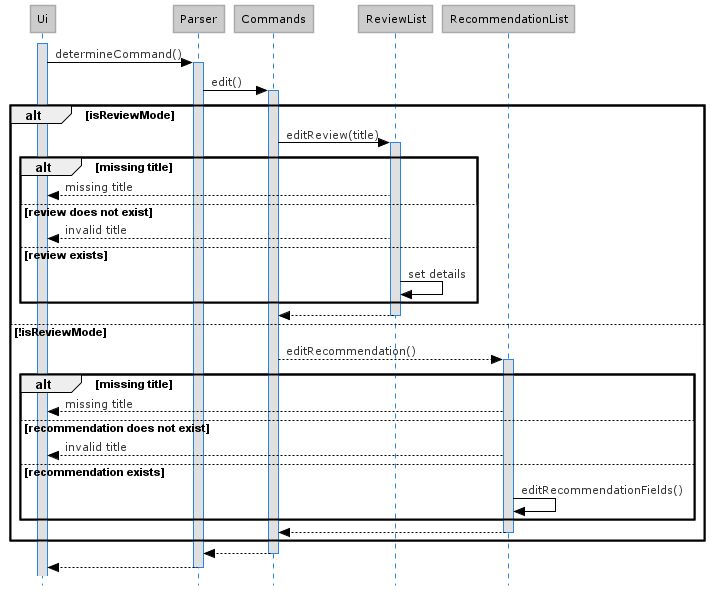
nus-cs2113-AY2021S2/tp keeps this PlantUML diagram as docs/diagrams/Edit_Sequence_Diagram.png. Above is the earlier version. The source it was exported from:
```plantuml
@startuml Edit_Sequence_Diagram
!define LIGHTBLUE
!includeurl https://raw.githubusercontent.com/Drakemor/RedDress-PlantUML/master/style.puml
skinparam style strictuml

activate Ui
Ui -> Parser : determineCommand()
activate Parser

Parser -> Commands : edit()
activate Commands

alt isReviewMode
    Commands -> ReviewList : editReview(title)
    activate ReviewList

    alt missing title
        ReviewList --> Ui : missing title

    else review does not exist
        ReviewList --> Ui : invalid title

    else review exists
        ReviewList -> ReviewList : set details
    end
    ReviewList --> Commands
    deactivate ReviewList

else !isReviewMode
    Commands --> RecommendationList : editRecommendation()
    activate RecommendationList

    alt missing title
        RecommendationList --> Ui : missing title

    else recommendation does not exist
        RecommendationList --> Ui : invalid title

    else recommendation exists
        RecommendationList -> RecommendationList : editRecommendationFields()
    end
    RecommendationList --> Commands
    deactivate RecommendationList
end

Commands --> Parser
deactivate Commands
Parser --> Ui
deactivate Parser

@enduml
```
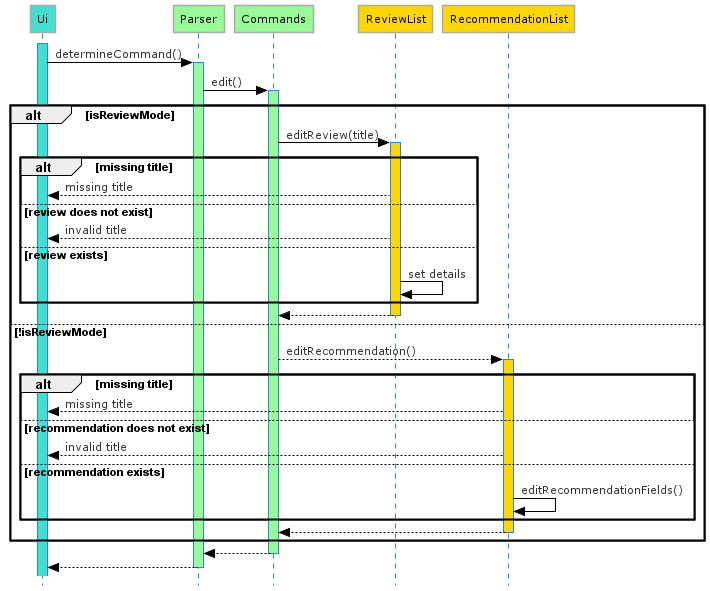
Later version of the same file.

Change to the diagram source:
```diff
@@ -3,16 +3,22 @@
 !includeurl https://raw.githubusercontent.com/Drakemor/RedDress-PlantUML/master/style.puml
 skinparam style strictuml
 
-activate Ui
+participant Ui #Turquoise
+participant Parser #PaleGreen
+participant Commands #PaleGreen
+participant ReviewList #Gold
+participant RecommendationList #Gold
+
+activate Ui #Turquoise
 Ui -> Parser : determineCommand()
-activate Parser
+activate Parser #PaleGreen
 
 Parser -> Commands : edit()
-activate Commands
+activate Commands #PaleGreen
 
 alt isReviewMode
     Commands -> ReviewList : editReview(title)
-    activate ReviewList
+    activate ReviewList #Gold
 
     alt missing title
         ReviewList --> Ui : missing title
@@ -28,7 +34,7 @@
 
 else !isReviewMode
     Commands --> RecommendationList : editRecommendation()
-    activate RecommendationList
+    activate RecommendationList #Gold
 
     alt missing title
         RecommendationList --> Ui : missing title
```
